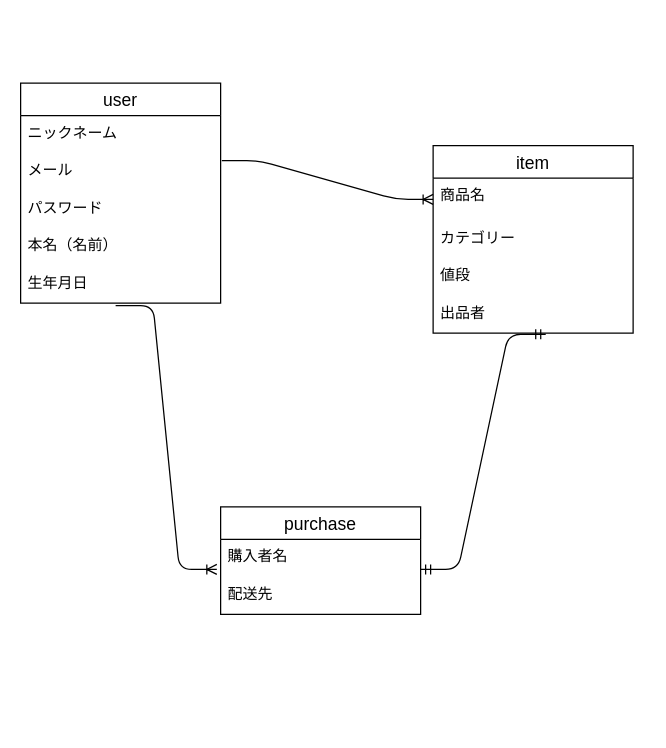
Taka41802/furima-41802 keeps this draw.io diagram as furima.dio. Above is the earlier version. Source tidied: cells renumbered, new cells numbered last; positions are measured from the earlier drawing's top-left corner, leaving out a move shared by most shapes. Both pictures are drawn from the tidied source at 125%, with x=0, y=0 at pixel (20, 82).
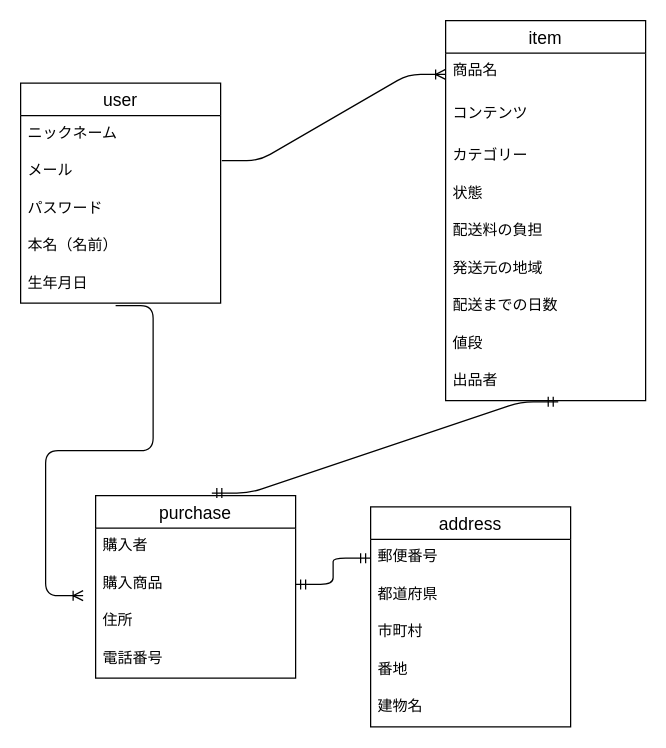
After the change.

Unchanged cells that the change refers to:
```xml
<mxCell id="12" value="生年月日" style="text;strokeColor=none;fillColor=none;spacingLeft=4;spacingRight=4;overflow=hidden;points=[[0,0.5],[1,0.5]];portConstraint=eastwest;fontSize=12;" parent="7" vertex="1">
  <mxGeometry y="146" width="160" height="30" as="geometry" />
</mxCell>
```

Change to the diagram source:
```diff
@@
     <mxCell id="2" value="item" style="swimlane;fontStyle=0;horizontal=1;startSize=26;align=center;fontSize=14;" parent="1" vertex="1">
-      <mxGeometry x="330" y="50" width="160" height="150" as="geometry" />
+      <mxGeometry x="340" y="-50" width="160" height="304" as="geometry" />
     </mxCell>
@@
+    <mxCell id="19" value="コンテンツ" style="text;strokeColor=none;fillColor=none;spacingLeft=4;spacingRight=4;overflow=hidden;fontSize=12;" parent="2" vertex="1">
+      <mxGeometry y="60" width="160" height="34" as="geometry" />
+    </mxCell>
     <mxCell id="4" value="カテゴリー" style="text;strokeColor=none;fillColor=none;spacingLeft=4;spacingRight=4;overflow=hidden;fontSize=12;" parent="2" vertex="1">
-      <mxGeometry y="60" width="160" height="30" as="geometry" />
+      <mxGeometry y="94" width="160" height="30" as="geometry" />
     </mxCell>
+    <mxCell id="20" value="状態" style="text;strokeColor=none;fillColor=none;spacingLeft=4;spacingRight=4;overflow=hidden;fontSize=12;" parent="2" vertex="1">
+      <mxGeometry y="124" width="160" height="30" as="geometry" />
+    </mxCell>
+    <mxCell id="21" value="配送料の負担" style="text;strokeColor=none;fillColor=none;spacingLeft=4;spacingRight=4;overflow=hidden;fontSize=12;" parent="2" vertex="1">
+      <mxGeometry y="154" width="160" height="30" as="geometry" />
+    </mxCell>
+    <mxCell id="22" value="発送元の地域" style="text;strokeColor=none;fillColor=none;spacingLeft=4;spacingRight=4;overflow=hidden;fontSize=12;" parent="2" vertex="1">
+      <mxGeometry y="184" width="160" height="30" as="geometry" />
+    </mxCell>
+    <mxCell id="23" value="配送までの日数" style="text;strokeColor=none;fillColor=none;spacingLeft=4;spacingRight=4;overflow=hidden;fontSize=12;" parent="2" vertex="1">
+      <mxGeometry y="214" width="160" height="30" as="geometry" />
+    </mxCell>
     <mxCell id="5" value="値段" style="text;strokeColor=none;fillColor=none;spacingLeft=4;spacingRight=4;overflow=hidden;fontSize=12;" parent="2" vertex="1">
-      <mxGeometry y="90" width="160" height="30" as="geometry" />
+      <mxGeometry y="244" width="160" height="30" as="geometry" />
     </mxCell>
     <mxCell id="6" value="出品者" style="text;strokeColor=none;fillColor=none;spacingLeft=4;spacingRight=4;overflow=hidden;points=[[0,0.5],[1,0.5]];portConstraint=eastwest;fontSize=12;" parent="2" vertex="1">
-      <mxGeometry y="120" width="160" height="30" as="geometry" />
+      <mxGeometry y="274" width="160" height="30" as="geometry" />
     </mxCell>
@@
     <mxCell id="13" value="purchase" style="swimlane;fontStyle=0;horizontal=1;startSize=26;align=center;fontSize=14;" parent="1" vertex="1">
-      <mxGeometry x="160" y="339" width="160" height="86" as="geometry" />
+      <mxGeometry x="60" y="330" width="160" height="146" as="geometry" />
     </mxCell>
-    <mxCell id="14" value="購入者名" style="text;strokeColor=none;fillColor=none;spacingLeft=4;spacingRight=4;overflow=hidden;points=[[0,0.5],[1,0.5]];portConstraint=eastwest;fontSize=12;" parent="13" vertex="1">
-      <mxGeometry y="26" width="160" height="30" as="geometry" />
-    </mxCell>
-    <mxCell id="15" value="配送先" style="text;strokeColor=none;fillColor=none;spacingLeft=4;spacingRight=4;overflow=hidden;fontSize=12;" parent="13" vertex="1">
-      <mxGeometry y="56" width="160" height="30" as="geometry" />
-    </mxCell>
+    <mxCell id="24" value="購入者" style="text;strokeColor=none;fillColor=none;spacingLeft=4;spacingRight=4;overflow=hidden;fontSize=12;" parent="13" vertex="1">
+      <mxGeometry y="26" width="160" height="30" as="geometry" />
+    </mxCell>
+    <mxCell id="25" value="購入商品" style="text;strokeColor=none;fillColor=none;spacingLeft=4;spacingRight=4;overflow=hidden;points=[[0,0.5],[1,0.5]];portConstraint=eastwest;fontSize=12;" parent="13" vertex="1">
+      <mxGeometry y="56" width="160" height="30" as="geometry" />
+    </mxCell>
+    <mxCell id="26" value="住所" style="text;strokeColor=none;fillColor=none;spacingLeft=4;spacingRight=4;overflow=hidden;fontSize=12;" parent="13" vertex="1">
+      <mxGeometry y="86" width="160" height="30" as="geometry" />
+    </mxCell>
+    <mxCell id="27" value="電話番号" style="text;strokeColor=none;fillColor=none;spacingLeft=4;spacingRight=4;overflow=hidden;fontSize=12;" parent="13" vertex="1">
+      <mxGeometry y="116" width="160" height="30" as="geometry" />
+    </mxCell>
@@
-    <mxCell id="17" style="edgeStyle=entityRelationEdgeStyle;fontSize=12;html=1;endArrow=ERmandOne;startArrow=ERmandOne;entryX=0.563;entryY=1.033;entryDx=0;entryDy=0;entryPerimeter=0;exitX=1;exitY=0.8;exitDx=0;exitDy=0;exitPerimeter=0;" parent="1" edge="1" source="14" target="6">
+    <mxCell id="17" style="edgeStyle=entityRelationEdgeStyle;fontSize=12;html=1;endArrow=ERmandOne;startArrow=ERmandOne;entryX=0.563;entryY=1.033;entryDx=0;entryDy=0;entryPerimeter=0;exitX=0.581;exitY=-0.014;exitDx=0;exitDy=0;exitPerimeter=0;" parent="1" edge="1" source="13" target="6">
       <mxGeometry relative="1" as="geometry" />
     </mxCell>
-    <mxCell id="18" style="edgeStyle=entityRelationEdgeStyle;fontSize=12;html=1;endArrow=ERoneToMany;entryX=-0.019;entryY=0.8;entryDx=0;entryDy=0;entryPerimeter=0;exitX=0.475;exitY=1.067;exitDx=0;exitDy=0;exitPerimeter=0;" parent="1" edge="1" source="12" target="14">
-      <mxGeometry relative="1" as="geometry" />
+    <mxCell id="18" style="edgeStyle=entityRelationEdgeStyle;fontSize=12;html=1;endArrow=ERoneToMany;exitX=0.475;exitY=1.067;exitDx=0;exitDy=0;exitPerimeter=0;" parent="1" edge="1" source="12">
+      <mxGeometry relative="1" as="geometry">
+        <mxPoint x="50" y="410" as="targetPoint" />
+      </mxGeometry>
     </mxCell>
+    <mxCell id="28" value="address" style="swimlane;fontStyle=0;horizontal=1;startSize=26;align=center;fontSize=14;" parent="1" vertex="1">
+      <mxGeometry x="280" y="339" width="160" height="176" as="geometry" />
+    </mxCell>
+    <mxCell id="29" value="郵便番号" style="text;strokeColor=none;fillColor=none;spacingLeft=4;spacingRight=4;overflow=hidden;points=[[0,0.5],[1,0.5]];portConstraint=eastwest;fontSize=12;" parent="28" vertex="1">
+      <mxGeometry y="26" width="160" height="30" as="geometry" />
+    </mxCell>
+    <mxCell id="30" value="都道府県" style="text;strokeColor=none;fillColor=none;spacingLeft=4;spacingRight=4;overflow=hidden;fontSize=12;" parent="28" vertex="1">
+      <mxGeometry y="56" width="160" height="30" as="geometry" />
+    </mxCell>
+    <mxCell id="31" value="市町村" style="text;strokeColor=none;fillColor=none;spacingLeft=4;spacingRight=4;overflow=hidden;fontSize=12;" parent="28" vertex="1">
+      <mxGeometry y="86" width="160" height="30" as="geometry" />
+    </mxCell>
+    <mxCell id="32" value="番地" style="text;strokeColor=none;fillColor=none;spacingLeft=4;spacingRight=4;overflow=hidden;fontSize=12;" parent="28" vertex="1">
+      <mxGeometry y="116" width="160" height="30" as="geometry" />
+    </mxCell>
+    <mxCell id="33" value="建物名" style="text;strokeColor=none;fillColor=none;spacingLeft=4;spacingRight=4;overflow=hidden;fontSize=12;" parent="28" vertex="1">
+      <mxGeometry y="146" width="160" height="30" as="geometry" />
+    </mxCell>
+    <mxCell id="34" style="edgeStyle=entityRelationEdgeStyle;fontSize=12;html=1;endArrow=ERmandOne;startArrow=ERmandOne;exitX=1;exitY=0.5;exitDx=0;exitDy=0;entryX=0;entryY=0.5;entryDx=0;entryDy=0;" parent="1" edge="1" source="25" target="29">
+      <mxGeometry relative="1" as="geometry" />
+    </mxCell>
```
